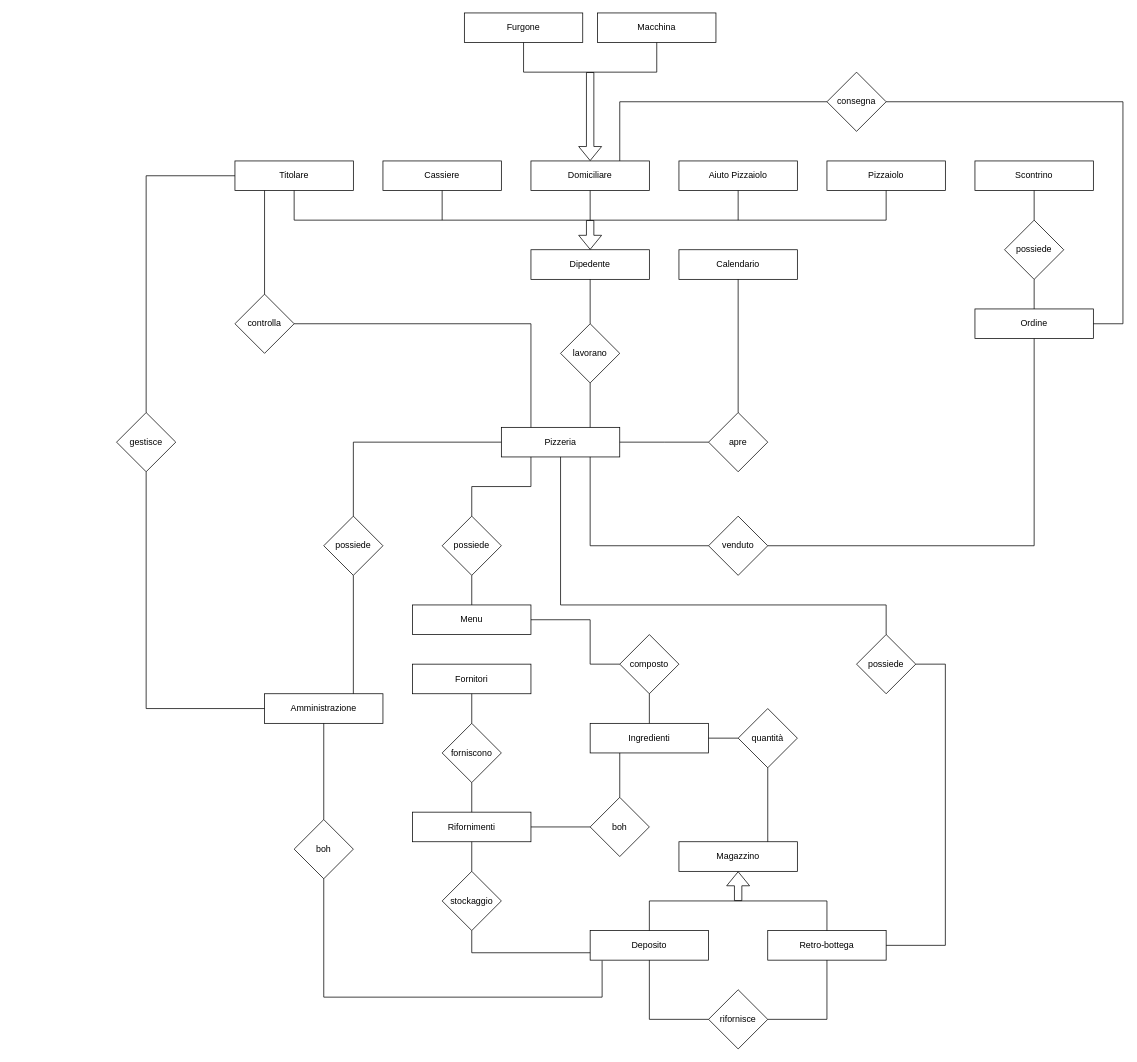
The draw.io diagram Draw/PaduPizzaER.drawio in NicholasPilotto/PaduPizza, before the edit. Source tidied: cells renumbered, new cells numbered last; positions are measured from the earlier drawing's top-left corner, leaving out a move shared by most shapes. Both pictures are drawn from the tidied source at 74%, with x=0, y=0 at pixel (116, 13).
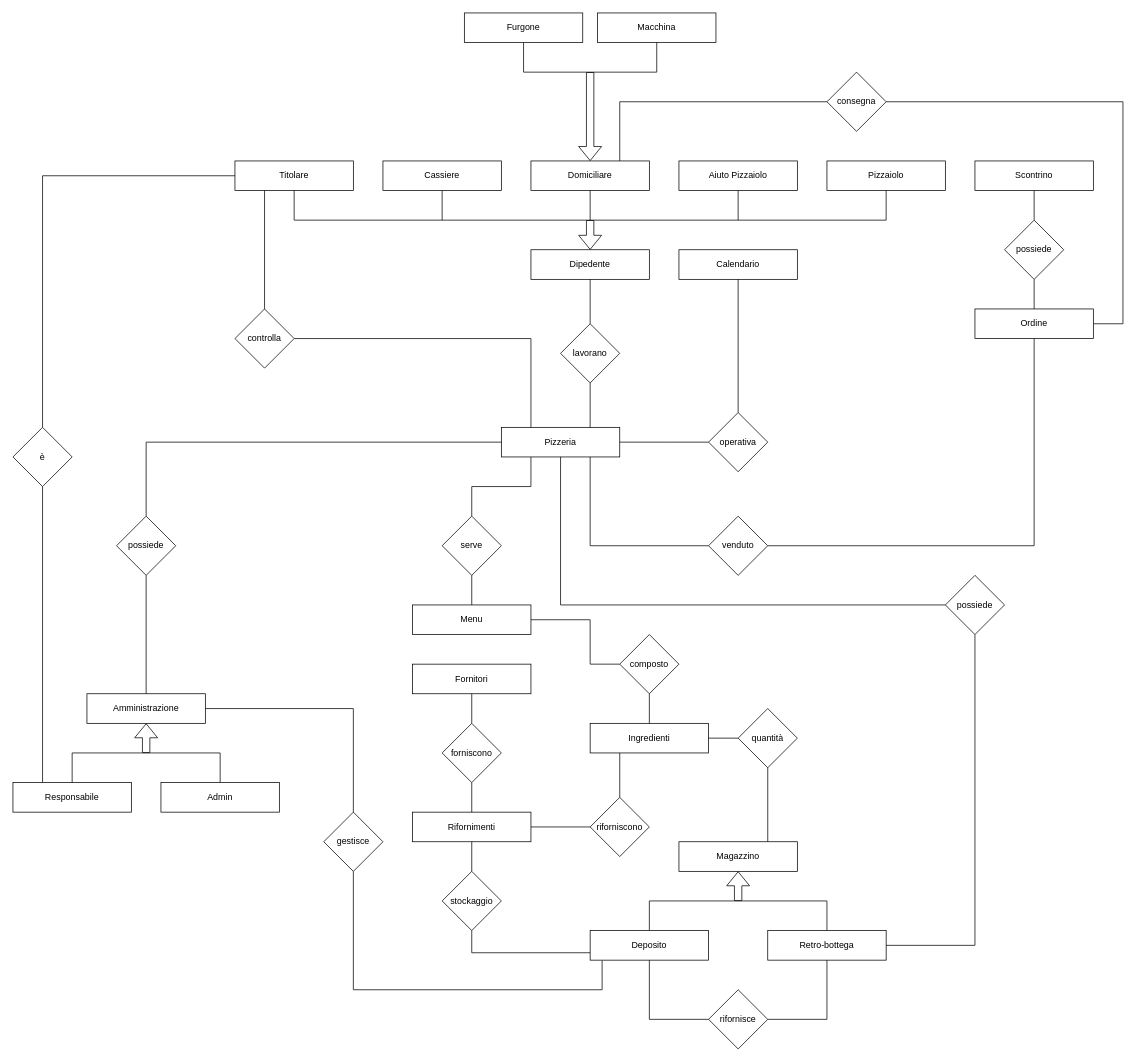
The same page after the edit.

Commit message:
Generalizzazione di Amministrazione, ora divisa in Responsabile (titolari delle varie pizzerie) e Admin (CdA della catena PaduPizza)

The change refers to these unchanged cells:
```xml
<mxCell id="3" value="Titolare" style="whiteSpace=wrap;html=1;align=center;comic=0;noLabel=0;portConstraintRotation=0;rounded=0;glass=0;sketch=0;shadow=0;" parent="1" vertex="1">
  <mxGeometry x="160" y="200" width="160" height="40" as="geometry" />
</mxCell>
<mxCell id="16" value="Pizzeria" style="whiteSpace=wrap;html=1;align=center;comic=0;noLabel=0;portConstraintRotation=0;rounded=0;glass=0;sketch=0;shadow=0;" parent="1" vertex="1">
  <mxGeometry x="520" y="560" width="160" height="40" as="geometry" />
</mxCell>
<mxCell id="41" value="Deposito" style="whiteSpace=wrap;html=1;align=center;comic=0;noLabel=0;portConstraintRotation=0;rounded=0;glass=0;sketch=0;shadow=0;" parent="1" vertex="1">
  <mxGeometry x="640" y="1240" width="160" height="40" as="geometry" />
</mxCell>
<mxCell id="42" value="Retro-bottega" style="whiteSpace=wrap;html=1;align=center;comic=0;noLabel=0;portConstraintRotation=0;rounded=0;glass=0;sketch=0;shadow=0;" parent="1" vertex="1">
  <mxGeometry x="880" y="1240" width="160" height="40" as="geometry" />
</mxCell>
```

What changed in the source:
```diff
@@
     <mxCell id="22" value="controlla" style="rhombus;whiteSpace=wrap;html=1;" parent="1" vertex="1">
-      <mxGeometry x="160" y="380" width="80" height="80" as="geometry" />
+      <mxGeometry x="160" y="400" width="80" height="80" as="geometry" />
     </mxCell>
@@
-    <mxCell id="33" value="possiede" style="rhombus;whiteSpace=wrap;html=1;" parent="1" vertex="1">
+    <mxCell id="33" value="serve" style="rhombus;whiteSpace=wrap;html=1;" parent="1" vertex="1">
       <mxGeometry x="440" y="680" width="80" height="80" as="geometry" />
     </mxCell>
@@
     <mxCell id="36" value="Amministrazione" style="whiteSpace=wrap;html=1;align=center;comic=0;noLabel=0;portConstraintRotation=0;rounded=0;glass=0;sketch=0;shadow=0;" parent="1" vertex="1">
-      <mxGeometry x="200" y="920" width="160" height="40" as="geometry" />
+      <mxGeometry x="-40" y="920" width="160" height="40" as="geometry" />
     </mxCell>
     <mxCell id="37" value="possiede" style="rhombus;whiteSpace=wrap;html=1;" parent="1" vertex="1">
-      <mxGeometry x="280" y="680" width="80" height="80" as="geometry" />
+      <mxGeometry y="680" width="80" height="80" as="geometry" />
     </mxCell>
-    <mxCell id="38" style="endArrow=none;html=1;exitX=0.75;exitY=0;exitDx=0;exitDy=0;entryX=0.5;entryY=1;entryDx=0;entryDy=0;" parent="1" edge="1" source="36" target="37">
+    <mxCell id="38" style="endArrow=none;html=1;exitX=0.5;exitY=0;exitDx=0;exitDy=0;entryX=0.5;entryY=1;entryDx=0;entryDy=0;" parent="1" edge="1" source="36" target="37">
       <mxGeometry relative="1" as="geometry" />
     </mxCell>
@@
-    <mxCell id="45" value="boh" style="rhombus;whiteSpace=wrap;html=1;" parent="1" vertex="1">
-      <mxGeometry x="240" y="1090" width="80" height="80" as="geometry" />
+    <mxCell id="45" value="gestisce" style="rhombus;whiteSpace=wrap;html=1;" parent="1" vertex="1">
+      <mxGeometry x="280" y="1080" width="80" height="80" as="geometry" />
     </mxCell>
     <mxCell id="46" style="endArrow=none;html=1;exitX=0.5;exitY=1;exitDx=0;exitDy=0;entryX=0.101;entryY=1.017;entryDx=0;entryDy=0;edgeStyle=orthogonalEdgeStyle;rounded=0;entryPerimeter=0;" parent="1" edge="1" source="45" target="41">
       <mxGeometry relative="1" as="geometry">
         <Array as="points">
-          <mxPoint x="280" y="1330" />
-          <mxPoint x="656" y="1330" />
+          <mxPoint x="320" y="1320" />
+          <mxPoint x="656" y="1320" />
         </Array>
       </mxGeometry>
     </mxCell>
     <mxCell id="47" value="possiede" style="rhombus;whiteSpace=wrap;html=1;" parent="1" vertex="1">
-      <mxGeometry x="1000" y="840" width="80" height="80" as="geometry" />
+      <mxGeometry x="1120" y="760" width="80" height="80" as="geometry" />
     </mxCell>
-    <mxCell id="48" style="endArrow=none;html=1;exitX=1;exitY=0.5;exitDx=0;exitDy=0;edgeStyle=elbowEdgeStyle;rounded=0;elbow=vertical;entryX=1;entryY=0.5;entryDx=0;entryDy=0;" parent="1" edge="1" source="42" target="47">
+    <mxCell id="48" style="endArrow=none;html=1;exitX=1;exitY=0.5;exitDx=0;exitDy=0;edgeStyle=elbowEdgeStyle;rounded=0;elbow=vertical;entryX=0.5;entryY=1;entryDx=0;entryDy=0;" parent="1" edge="1" source="42" target="47">
       <mxGeometry relative="1" as="geometry">
         <Array as="points">
-          <mxPoint x="1120" y="1090" />
+          <mxPoint x="1070" y="1260" />
           <mxPoint x="1030" y="1130" />
         </Array>
       </mxGeometry>
     </mxCell>
-    <mxCell id="49" style="endArrow=none;html=1;exitX=0.5;exitY=0;exitDx=0;exitDy=0;entryX=0.5;entryY=1;entryDx=0;entryDy=0;edgeStyle=elbowEdgeStyle;rounded=0;elbow=vertical;" parent="1" edge="1" source="47" target="16">
+    <mxCell id="49" style="endArrow=none;html=1;exitX=0;exitY=0.5;exitDx=0;exitDy=0;entryX=0.5;entryY=1;entryDx=0;entryDy=0;edgeStyle=elbowEdgeStyle;rounded=0;elbow=vertical;" parent="1" edge="1" source="47" target="16">
       <mxGeometry relative="1" as="geometry">
         <Array as="points">
           <mxPoint x="830" y="800" />
         </Array>
       </mxGeometry>
     </mxCell>
@@
-    <mxCell id="51" value="apre" style="rhombus;whiteSpace=wrap;html=1;" parent="1" vertex="1">
+    <mxCell id="51" value="operativa" style="rhombus;whiteSpace=wrap;html=1;" parent="1" vertex="1">
       <mxGeometry x="800" y="540" width="80" height="80" as="geometry" />
     </mxCell>
@@
-    <mxCell id="57" value="gestisce" style="rhombus;whiteSpace=wrap;html=1;" parent="1" vertex="1">
-      <mxGeometry y="540" width="80" height="80" as="geometry" />
+    <mxCell id="57" value="è" style="rhombus;whiteSpace=wrap;html=1;" parent="1" vertex="1">
+      <mxGeometry x="-140" y="560" width="80" height="80" as="geometry" />
     </mxCell>
-    <mxCell id="58" style="endArrow=none;html=1;exitX=0;exitY=0.5;exitDx=0;exitDy=0;entryX=0.5;entryY=1;entryDx=0;entryDy=0;edgeStyle=orthogonalEdgeStyle;rounded=0;" parent="1" edge="1" source="36">
+    <mxCell id="58" style="endArrow=none;html=1;exitX=0.25;exitY=0;exitDx=0;exitDy=0;edgeStyle=orthogonalEdgeStyle;rounded=0;entryX=0.5;entryY=1;entryDx=0;entryDy=0;" parent="1" edge="1" source="82" target="57">
       <mxGeometry relative="1" as="geometry">
-        <mxPoint x="40" y="620" as="targetPoint" />
         <Array as="points">
-          <mxPoint x="40" y="940" />
+          <mxPoint x="-100" y="640" />
         </Array>
       </mxGeometry>
     </mxCell>
     <mxCell id="59" style="endArrow=none;html=1;edgeStyle=elbowEdgeStyle;rounded=0;exitX=0.5;exitY=0;exitDx=0;exitDy=0;entryX=0;entryY=0.5;entryDx=0;entryDy=0;" parent="1" edge="1" source="57" target="3">
       <mxGeometry relative="1" as="geometry">
         <Array as="points">
-          <mxPoint x="40" y="380" />
+          <mxPoint x="-100" y="390" />
         </Array>
       </mxGeometry>
     </mxCell>
@@
-    <mxCell id="74" style="endArrow=none;html=1;exitX=0.5;exitY=0;exitDx=0;exitDy=0;entryX=0.5;entryY=1;entryDx=0;entryDy=0;" parent="1" edge="1" source="45" target="36">
-      <mxGeometry relative="1" as="geometry" />
+    <mxCell id="74" style="endArrow=none;html=1;exitX=0.5;exitY=0;exitDx=0;exitDy=0;entryX=1;entryY=0.5;entryDx=0;entryDy=0;edgeStyle=elbowEdgeStyle;rounded=0;" parent="1" edge="1" source="45" target="36">
+      <mxGeometry relative="1" as="geometry">
+        <Array as="points">
+          <mxPoint x="320" y="1000" />
+        </Array>
+      </mxGeometry>
     </mxCell>
@@
-    <mxCell id="76" value="boh" style="rhombus;whiteSpace=wrap;html=1;" parent="1" vertex="1">
+    <mxCell id="76" value="riforniscono" style="rhombus;whiteSpace=wrap;html=1;" parent="1" vertex="1">
       <mxGeometry x="640" y="1060" width="80" height="80" as="geometry" />
     </mxCell>
@@
+    <mxCell id="82" value="Responsabile" style="whiteSpace=wrap;html=1;align=center;comic=0;noLabel=0;portConstraintRotation=0;rounded=0;glass=0;sketch=0;shadow=0;" parent="1" vertex="1">
+      <mxGeometry x="-140" y="1040" width="160" height="40" as="geometry" />
+    </mxCell>
+    <mxCell id="83" value="Admin" style="whiteSpace=wrap;html=1;align=center;comic=0;noLabel=0;portConstraintRotation=0;rounded=0;glass=0;sketch=0;shadow=0;" parent="1" vertex="1">
+      <mxGeometry x="60" y="1040" width="160" height="40" as="geometry" />
+    </mxCell>
+    <mxCell id="84" style="endArrow=none;html=1;exitX=0.5;exitY=0;exitDx=0;exitDy=0;entryX=0.5;entryY=0;entryDx=0;entryDy=0;edgeStyle=elbowEdgeStyle;elbow=vertical;rounded=0;" parent="1" edge="1" source="82" target="83">
+      <mxGeometry relative="1" as="geometry">
+        <Array as="points">
+          <mxPoint x="40" y="1000" />
+        </Array>
+      </mxGeometry>
+    </mxCell>
+    <mxCell id="85" style="shape=flexArrow;endArrow=classic;html=1;entryX=0.5;entryY=1;entryDx=0;entryDy=0;" parent="1" edge="1" target="36">
+      <mxGeometry relative="1" as="geometry">
+        <mxPoint x="40" y="1000" as="sourcePoint" />
+      </mxGeometry>
+    </mxCell>
```
